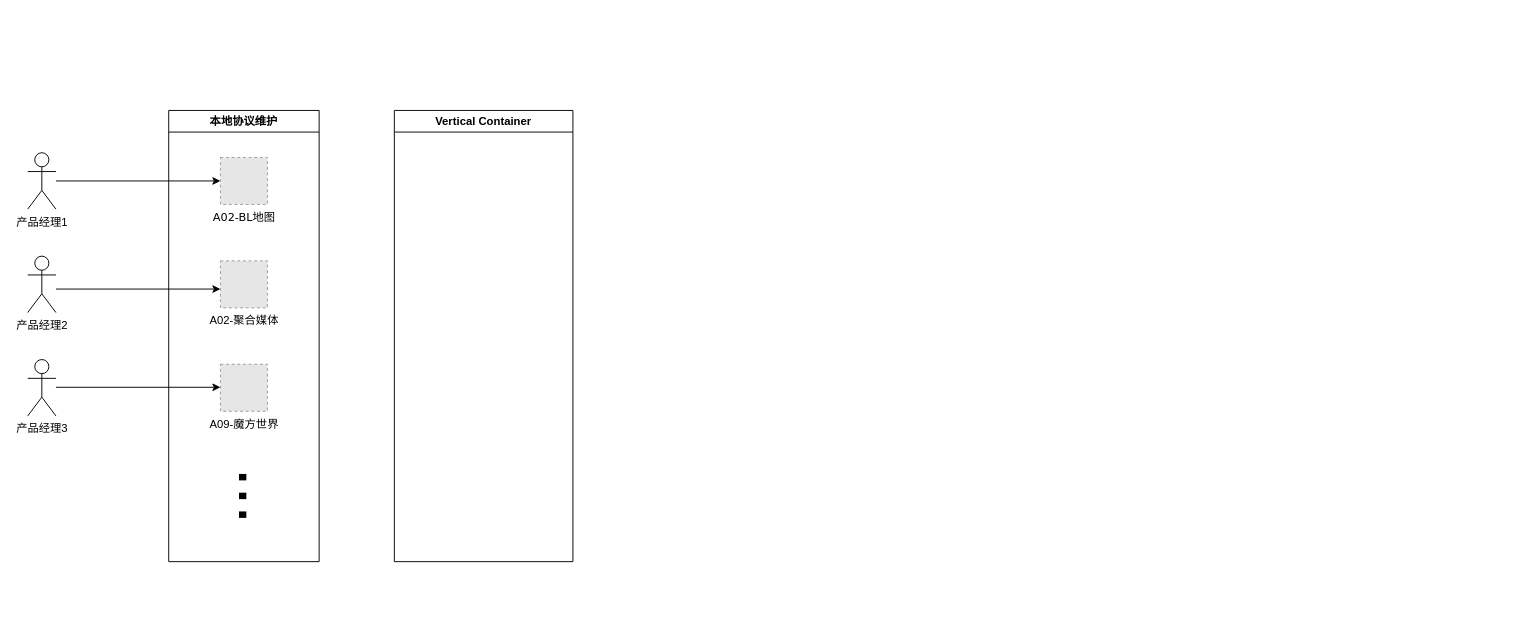
Above: 采集中心V3.0-旧工作流.drawio in shaozc3g/draw_io (draw.io), before the change. Source tidied: cells renumbered, new cells numbered last; positions are measured from the earlier drawing's top-left corner, leaving out a move shared by most shapes. Both pictures are drawn from the tidied source at 94%, with x=0, y=0 at pixel (27, 110). Pictures stored in the file or linked from it are replaced by grey dashed boxes.
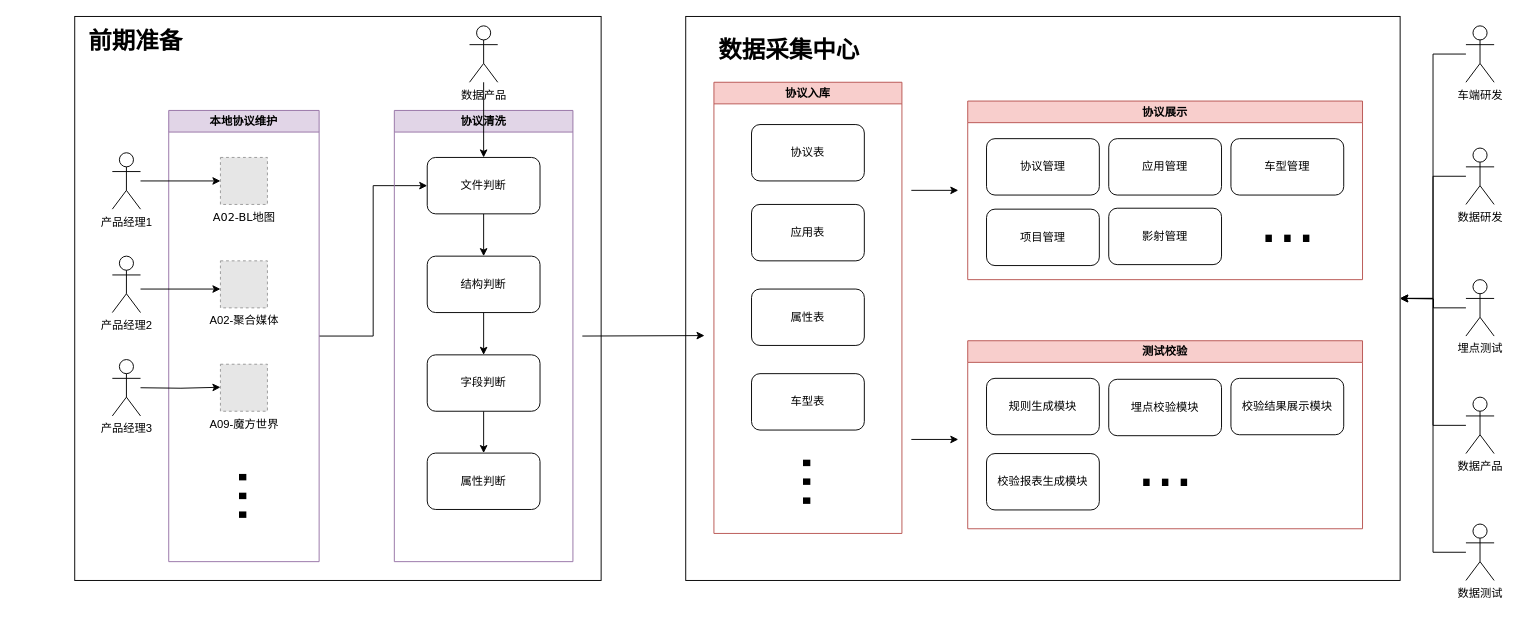
The same diagram, later.

Commit message (it also covers changes not shown here):
更新采集中心V3.0-旧工作流.drawio

What changed in the source:
```diff
@@
+    <mxCell id="14" style="rounded=0;whiteSpace=wrap;html=1;" parent="1" vertex="1">
+      <mxGeometry x="50" y="-100" width="560" height="600" as="geometry" />
+    </mxCell>
@@
+    <mxCell id="15" style="edgeStyle=orthogonalEdgeStyle;rounded=0;jettySize=auto;html=1;exitX=1;exitY=0.5;exitDx=0;exitDy=0;" parent="1" edge="1" source="5" target="17">
+      <mxGeometry relative="1" as="geometry" />
+    </mxCell>
-    <mxCell id="5" value="本地协议维护" style="swimlane;whiteSpace=wrap;html=1;" parent="1" vertex="1">
+    <mxCell id="5" value="本地协议维护" style="swimlane;whiteSpace=wrap;html=1;fillColor=#e1d5e7;strokeColor=#9673a6;" parent="1" vertex="1">
       <mxGeometry x="150" width="160" height="480" as="geometry" />
     </mxCell>
@@
     <mxCell id="8" value="产品经理1" style="shape=umlActor;verticalLabelPosition=bottom;verticalAlign=top;html=1;outlineConnect=0;" parent="1" vertex="1">
-      <mxGeometry y="45" width="30" height="60" as="geometry" />
+      <mxGeometry x="90" y="45" width="30" height="60" as="geometry" />
     </mxCell>
     <mxCell id="9" value="产品经理2" style="shape=umlActor;verticalLabelPosition=bottom;verticalAlign=top;html=1;" parent="1" vertex="1">
-      <mxGeometry y="155" width="30" height="60" as="geometry" />
+      <mxGeometry x="90" y="155" width="30" height="60" as="geometry" />
     </mxCell>
     <mxCell id="10" value="产品经理3" style="shape=umlActor;verticalLabelPosition=bottom;verticalAlign=top;html=1;" parent="1" vertex="1">
-      <mxGeometry y="265" width="30" height="60" as="geometry" />
+      <mxGeometry x="90" y="265" width="30" height="60" as="geometry" />
     </mxCell>
     <mxCell id="11" style="edgeStyle=orthogonalEdgeStyle;rounded=0;orthogonalLoop=1;jettySize=auto;html=1;entryX=0;entryY=0.5;entryDx=0;entryDy=0;" parent="1" edge="1">
       <mxGeometry relative="1" as="geometry">
-        <mxPoint x="30" y="190" as="sourcePoint" />
+        <mxPoint x="120" y="190" as="sourcePoint" />
         <mxPoint x="205" y="190" as="targetPoint" />
       </mxGeometry>
     </mxCell>
     <mxCell id="12" style="edgeStyle=orthogonalEdgeStyle;rounded=0;orthogonalLoop=1;jettySize=auto;html=1;entryX=0;entryY=0.5;entryDx=0;entryDy=0;" parent="1" edge="1">
       <mxGeometry relative="1" as="geometry">
-        <mxPoint x="30" y="294.5" as="sourcePoint" />
+        <mxPoint x="120" y="295" as="sourcePoint" />
         <mxPoint x="205" y="294.5" as="targetPoint" />
       </mxGeometry>
     </mxCell>
-    <mxCell id="13" value="Vertical Container" style="swimlane;whiteSpace=wrap;html=1;" parent="1" vertex="1">
+    <mxCell id="13" value="协议清洗" style="swimlane;whiteSpace=wrap;html=1;fillColor=#e1d5e7;strokeColor=#9673a6;" parent="1" vertex="1">
       <mxGeometry x="390" width="190" height="480" as="geometry" />
     </mxCell>
+    <mxCell id="16" style="edgeStyle=orthogonalEdgeStyle;rounded=0;jettySize=auto;html=1;exitX=0.5;exitY=1;exitDx=0;exitDy=0;" parent="13" edge="1" source="17" target="19">
+      <mxGeometry relative="1" as="geometry" />
+    </mxCell>
+    <mxCell id="17" value="文件判断" style="rounded=1;whiteSpace=wrap;html=1;" parent="13" vertex="1">
+      <mxGeometry x="35" y="50" width="120" height="60" as="geometry" />
+    </mxCell>
+    <mxCell id="18" style="edgeStyle=orthogonalEdgeStyle;rounded=0;jettySize=auto;html=1;exitX=0.5;exitY=1;exitDx=0;exitDy=0;" parent="13" edge="1" source="19" target="21">
+      <mxGeometry relative="1" as="geometry" />
+    </mxCell>
+    <mxCell id="19" value="结构判断" style="rounded=1;whiteSpace=wrap;html=1;" parent="13" vertex="1">
+      <mxGeometry x="35" y="155" width="120" height="60" as="geometry" />
+    </mxCell>
+    <mxCell id="20" style="edgeStyle=orthogonalEdgeStyle;rounded=0;jettySize=auto;html=1;exitX=0.5;exitY=1;exitDx=0;exitDy=0;entryX=0.5;entryY=0;entryDx=0;entryDy=0;" parent="13" edge="1" source="21" target="22">
+      <mxGeometry relative="1" as="geometry" />
+    </mxCell>
+    <mxCell id="21" value="字段判断" style="rounded=1;whiteSpace=wrap;html=1;" parent="13" vertex="1">
+      <mxGeometry x="35" y="260" width="120" height="60" as="geometry" />
+    </mxCell>
+    <mxCell id="22" value="属性判断" style="rounded=1;whiteSpace=wrap;html=1;" parent="13" vertex="1">
+      <mxGeometry x="35" y="364.5" width="120" height="60" as="geometry" />
+    </mxCell>
+    <mxCell id="23" style="edgeStyle=orthogonalEdgeStyle;rounded=0;jettySize=auto;html=1;" parent="1" edge="1" source="24" target="17">
+      <mxGeometry relative="1" as="geometry" />
+    </mxCell>
+    <mxCell id="24" value="数据产品" style="shape=umlActor;verticalLabelPosition=bottom;verticalAlign=top;html=1;outlineConnect=0;" parent="1" vertex="1">
+      <mxGeometry x="470" y="-90" width="30" height="60" as="geometry" />
+    </mxCell>
+    <mxCell id="25" value="前期准备" style="text;html=1;align=center;verticalAlign=middle;whiteSpace=wrap;rounded=0;fontSize=25;fontStyle=1;" parent="1" vertex="1">
+      <mxGeometry x="50" y="-90" width="130" height="30" as="geometry" />
+    </mxCell>
+    <mxCell id="26" style="rounded=0;whiteSpace=wrap;html=1;" parent="1" vertex="1">
+      <mxGeometry x="700" y="-100" width="760" height="600" as="geometry" />
+    </mxCell>
+    <mxCell id="27" value="协议入库" style="swimlane;whiteSpace=wrap;html=1;fillColor=#f8cecc;strokeColor=#b85450;" parent="1" vertex="1">
+      <mxGeometry x="730" y="-30" width="200" height="480" as="geometry" />
+    </mxCell>
+    <mxCell id="28" value="协议表" style="rounded=1;whiteSpace=wrap;html=1;" parent="27" vertex="1">
+      <mxGeometry x="40" y="45" width="120" height="60" as="geometry" />
+    </mxCell>
+    <mxCell id="29" value="应用表" style="rounded=1;whiteSpace=wrap;html=1;" parent="27" vertex="1">
+      <mxGeometry x="40" y="130" width="120" height="60" as="geometry" />
+    </mxCell>
+    <mxCell id="30" value="属性表" style="rounded=1;whiteSpace=wrap;html=1;" parent="27" vertex="1">
+      <mxGeometry x="40" y="220" width="120" height="60" as="geometry" />
+    </mxCell>
+    <mxCell id="31" value="&lt;font style=&quot;font-size: 72px;&quot;&gt;...&lt;/font&gt;" style="text;html=1;align=center;verticalAlign=middle;strokeColor=none;fillColor=none;rotation=90;" parent="27" vertex="1">
+      <mxGeometry x="80" y="375" width="80" height="100" as="geometry" />
+    </mxCell>
+    <mxCell id="32" value="车型表" style="rounded=1;whiteSpace=wrap;html=1;" parent="1" vertex="1">
+      <mxGeometry x="770" y="280" width="120" height="60" as="geometry" />
+    </mxCell>
+    <mxCell id="33" style="endArrow=classic;html=1;rounded=0;entryX=0;entryY=0.5;entryDx=0;entryDy=0;" parent="1" edge="1">
+      <mxGeometry relative="1" as="geometry">
+        <mxPoint x="590" y="240" as="sourcePoint" />
+        <mxPoint x="720" y="239.5" as="targetPoint" />
+      </mxGeometry>
+    </mxCell>
+    <mxCell id="34" value="数据采集中心" style="text;html=1;align=center;verticalAlign=middle;whiteSpace=wrap;rounded=0;fontSize=25;fontStyle=1;" parent="1" vertex="1">
+      <mxGeometry x="720" y="-80" width="180" height="30" as="geometry" />
+    </mxCell>
+    <mxCell id="35" value="协议展示" style="swimlane;whiteSpace=wrap;html=1;fillColor=#f8cecc;strokeColor=#b85450;" parent="1" vertex="1">
+      <mxGeometry x="1000" y="-10" width="420" height="190" as="geometry" />
+    </mxCell>
+    <mxCell id="36" value="应用管理" style="rounded=1;whiteSpace=wrap;html=1;" parent="35" vertex="1">
+      <mxGeometry x="150" y="40" width="120" height="60" as="geometry" />
+    </mxCell>
+    <mxCell id="37" value="车型管理" style="rounded=1;whiteSpace=wrap;html=1;" parent="35" vertex="1">
+      <mxGeometry x="280" y="40" width="120" height="60" as="geometry" />
+    </mxCell>
+    <mxCell id="38" value="影射管理" style="rounded=1;whiteSpace=wrap;html=1;" parent="35" vertex="1">
+      <mxGeometry x="150" y="114" width="120" height="60" as="geometry" />
+    </mxCell>
+    <mxCell id="39" value="测试校验" style="swimlane;whiteSpace=wrap;html=1;fillColor=#f8cecc;strokeColor=#b85450;" parent="1" vertex="1">
+      <mxGeometry x="1000" y="245" width="420" height="200" as="geometry" />
+    </mxCell>
+    <mxCell id="40" value="规则生成模块" style="rounded=1;whiteSpace=wrap;html=1;" parent="39" vertex="1">
+      <mxGeometry x="20" y="40" width="120" height="60" as="geometry" />
+    </mxCell>
+    <mxCell id="41" value="校验结果展示模块" style="rounded=1;whiteSpace=wrap;html=1;" parent="39" vertex="1">
+      <mxGeometry x="280" y="40" width="120" height="60" as="geometry" />
+    </mxCell>
+    <mxCell id="42" value="&lt;font style=&quot;font-size: 72px;&quot;&gt;...&lt;/font&gt;" style="text;html=1;align=center;verticalAlign=middle;strokeColor=none;fillColor=none;rotation=0;" parent="39" vertex="1">
+      <mxGeometry x="170" y="80" width="80" height="100" as="geometry" />
+    </mxCell>
+    <mxCell id="43" style="endArrow=classic;html=1;rounded=0;" parent="1" edge="1">
+      <mxGeometry relative="1" as="geometry">
+        <mxPoint x="940" y="85" as="sourcePoint" />
+        <mxPoint x="990" y="85" as="targetPoint" />
+      </mxGeometry>
+    </mxCell>
+    <mxCell id="44" style="endArrow=classic;html=1;rounded=0;" parent="1" edge="1">
+      <mxGeometry relative="1" as="geometry">
+        <mxPoint x="940" y="350" as="sourcePoint" />
+        <mxPoint x="990" y="350" as="targetPoint" />
+      </mxGeometry>
+    </mxCell>
+    <mxCell id="45" value="协议管理" style="rounded=1;whiteSpace=wrap;html=1;" parent="1" vertex="1">
+      <mxGeometry x="1020" y="30" width="120" height="60" as="geometry" />
+    </mxCell>
+    <mxCell id="46" value="项目管理" style="rounded=1;whiteSpace=wrap;html=1;" parent="1" vertex="1">
+      <mxGeometry x="1020" y="105" width="120" height="60" as="geometry" />
+    </mxCell>
+    <mxCell id="47" value="埋点校验模块" style="rounded=1;whiteSpace=wrap;html=1;" parent="1" vertex="1">
+      <mxGeometry x="1150" y="286" width="120" height="60" as="geometry" />
+    </mxCell>
+    <mxCell id="48" value="校验报表生成模块" style="rounded=1;whiteSpace=wrap;html=1;" parent="1" vertex="1">
+      <mxGeometry x="1020" y="365" width="120" height="60" as="geometry" />
+    </mxCell>
+    <mxCell id="49" style="edgeStyle=orthogonalEdgeStyle;rounded=0;jettySize=auto;html=1;entryX=1;entryY=0.5;entryDx=0;entryDy=0;" parent="1" edge="1" source="50" target="26">
+      <mxGeometry relative="1" as="geometry" />
+    </mxCell>
+    <mxCell id="50" value="车端研发" style="shape=umlActor;verticalLabelPosition=bottom;verticalAlign=top;html=1;outlineConnect=0;" parent="1" vertex="1">
+      <mxGeometry x="1530" y="-90" width="30" height="60" as="geometry" />
+    </mxCell>
+    <mxCell id="51" style="edgeStyle=orthogonalEdgeStyle;rounded=0;jettySize=auto;html=1;entryX=1;entryY=0.5;entryDx=0;entryDy=0;" parent="1" edge="1" source="52" target="26">
+      <mxGeometry relative="1" as="geometry" />
+    </mxCell>
+    <mxCell id="52" value="数据研发" style="shape=umlActor;verticalLabelPosition=bottom;verticalAlign=top;html=1;outlineConnect=0;" parent="1" vertex="1">
+      <mxGeometry x="1530" y="40" width="30" height="60" as="geometry" />
+    </mxCell>
+    <mxCell id="53" style="edgeStyle=orthogonalEdgeStyle;rounded=0;jettySize=auto;html=1;" parent="1" edge="1" source="54">
+      <mxGeometry relative="1" as="geometry">
+        <mxPoint x="1460" y="200" as="targetPoint" />
+      </mxGeometry>
+    </mxCell>
+    <mxCell id="54" value="埋点测试" style="shape=umlActor;verticalLabelPosition=bottom;verticalAlign=top;html=1;outlineConnect=0;" parent="1" vertex="1">
+      <mxGeometry x="1530" y="180" width="30" height="60" as="geometry" />
+    </mxCell>
+    <mxCell id="55" style="edgeStyle=orthogonalEdgeStyle;rounded=0;jettySize=auto;html=1;entryX=1;entryY=0.5;entryDx=0;entryDy=0;" parent="1" edge="1" source="56" target="26">
+      <mxGeometry relative="1" as="geometry" />
+    </mxCell>
+    <mxCell id="56" value="数据产品" style="shape=umlActor;verticalLabelPosition=bottom;verticalAlign=top;html=1;outlineConnect=0;" parent="1" vertex="1">
+      <mxGeometry x="1530" y="305" width="30" height="60" as="geometry" />
+    </mxCell>
+    <mxCell id="57" style="edgeStyle=orthogonalEdgeStyle;rounded=0;jettySize=auto;html=1;entryX=1;entryY=0.5;entryDx=0;entryDy=0;" parent="1" edge="1" source="58" target="26">
+      <mxGeometry relative="1" as="geometry" />
+    </mxCell>
+    <mxCell id="58" value="数据测试" style="shape=umlActor;verticalLabelPosition=bottom;verticalAlign=top;html=1;outlineConnect=0;" parent="1" vertex="1">
+      <mxGeometry x="1530" y="440" width="30" height="60" as="geometry" />
+    </mxCell>
+    <mxCell id="59" value="&lt;font style=&quot;font-size: 72px;&quot;&gt;...&lt;/font&gt;" style="text;html=1;align=center;verticalAlign=middle;strokeColor=none;fillColor=none;rotation=0;" parent="1" vertex="1">
+      <mxGeometry x="1300" y="65" width="80" height="100" as="geometry" />
+    </mxCell>
```
